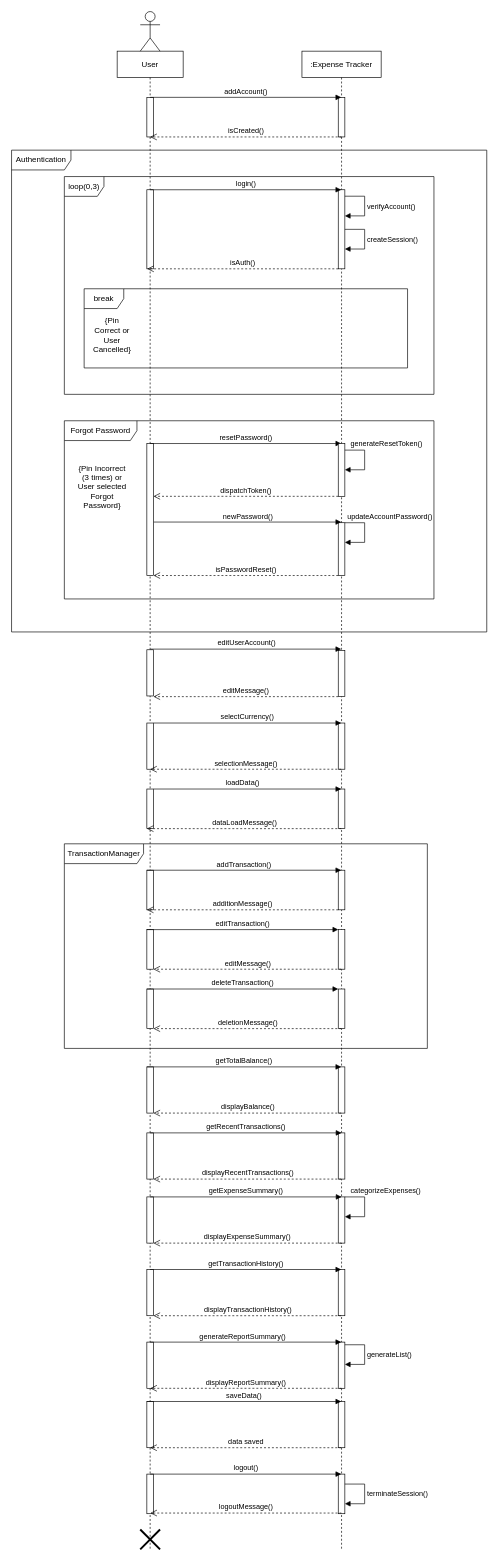
The draw.io diagram expense_tracker/software_engineeing/system_model/sequence/system_sequence.drawio in Charlesss10/expense-tracker, before the edit. Source tidied: cells renumbered, new cells numbered last; positions are measured from the earlier drawing's top-left corner, leaving out a move shared by most shapes. Both pictures are drawn from the tidied source at 66%, with x=0, y=0 at pixel (11, 11).
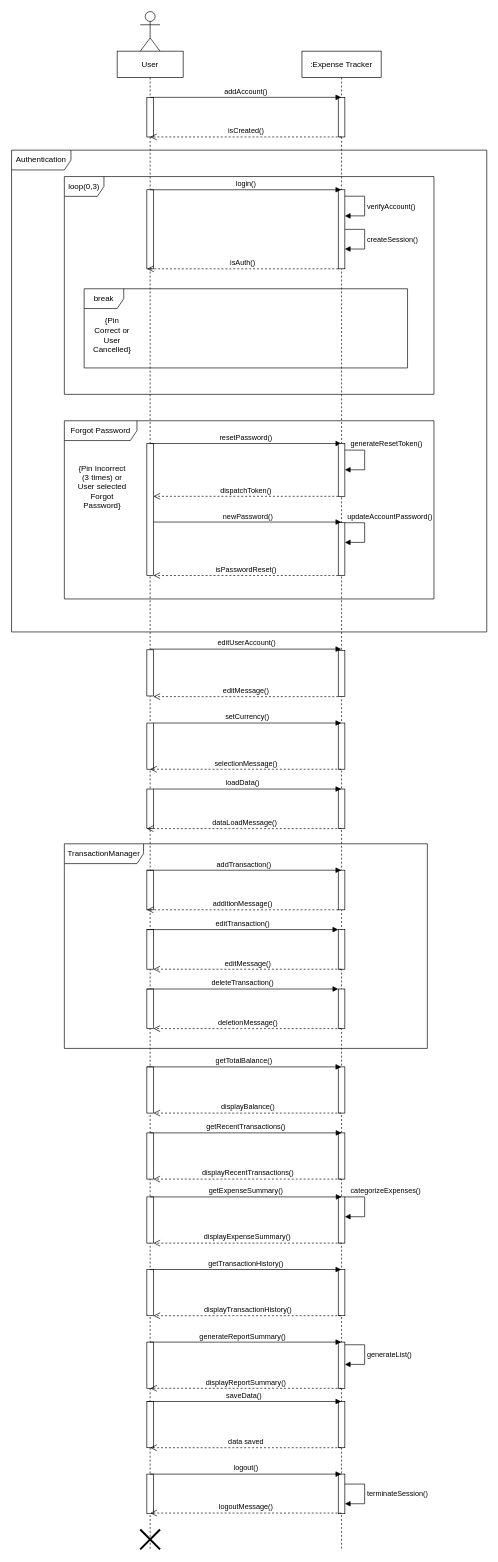
After the change.

Unchanged cells that the change refers to:
```xml
<mxCell id="6" value=":Expense Tracker" style="shape=umlLifeline;perimeter=lifelinePerimeter;whiteSpace=wrap;html=1;newEdgeStyle={&quot;curved&quot;:0,&quot;rounded&quot;:0};" parent="1" vertex="1">
  <mxGeometry x="440" y="60" width="120" height="2270" as="geometry" />
</mxCell>
```

Change to the diagram source:
```diff
@@
-    <mxCell id="17" value="selectCurrency()" style="html=1;verticalAlign=bottom;endArrow=block;curved=0;rounded=0;" parent="6" edge="1">
+    <mxCell id="17" value="setCurrency()" style="html=1;verticalAlign=bottom;endArrow=block;curved=0;rounded=0;" parent="6" edge="1">
       <mxGeometry relative="1" as="geometry">
         <mxPoint x="-225" y="1018" as="sourcePoint" />
         <mxPoint x="59.5" y="1018" as="targetPoint" />
       </mxGeometry>
     </mxCell>
```
